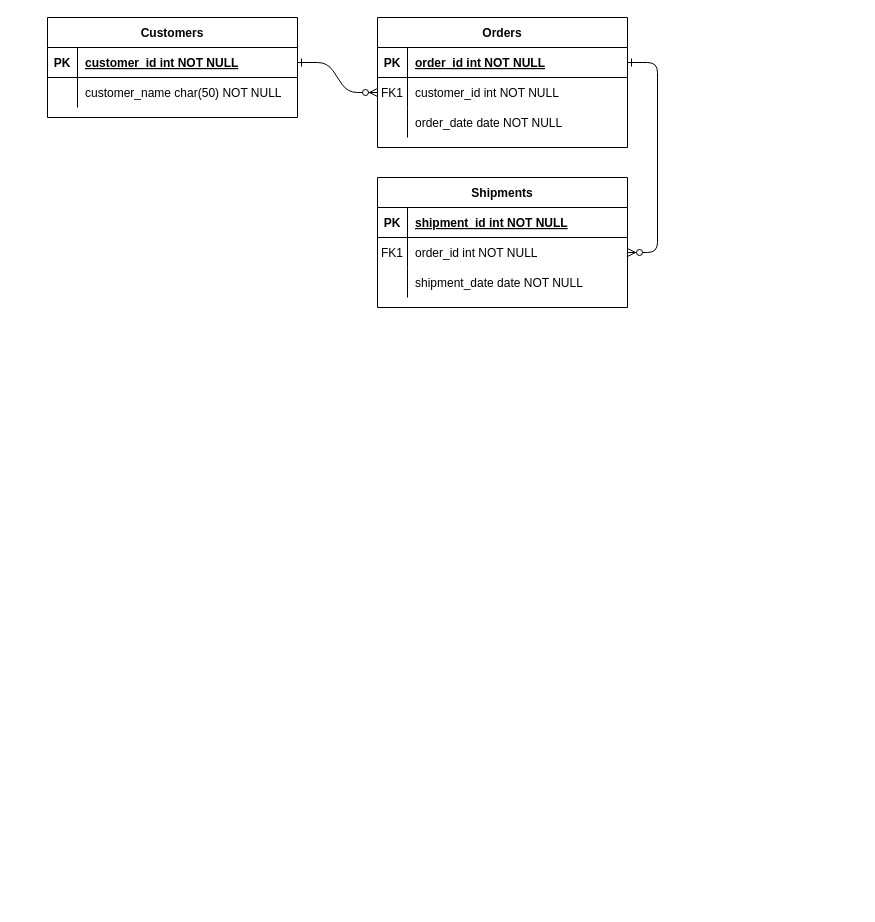
Above: Reports Data Structure.drawio in a-coello/diagrams (draw.io), before the change. Source tidied: cells renumbered, new cells numbered last; positions are measured from the earlier drawing's top-left corner, leaving out a move shared by most shapes. Both pictures are drawn from the tidied source at 100%, with x=0, y=0 at pixel (47, 17).
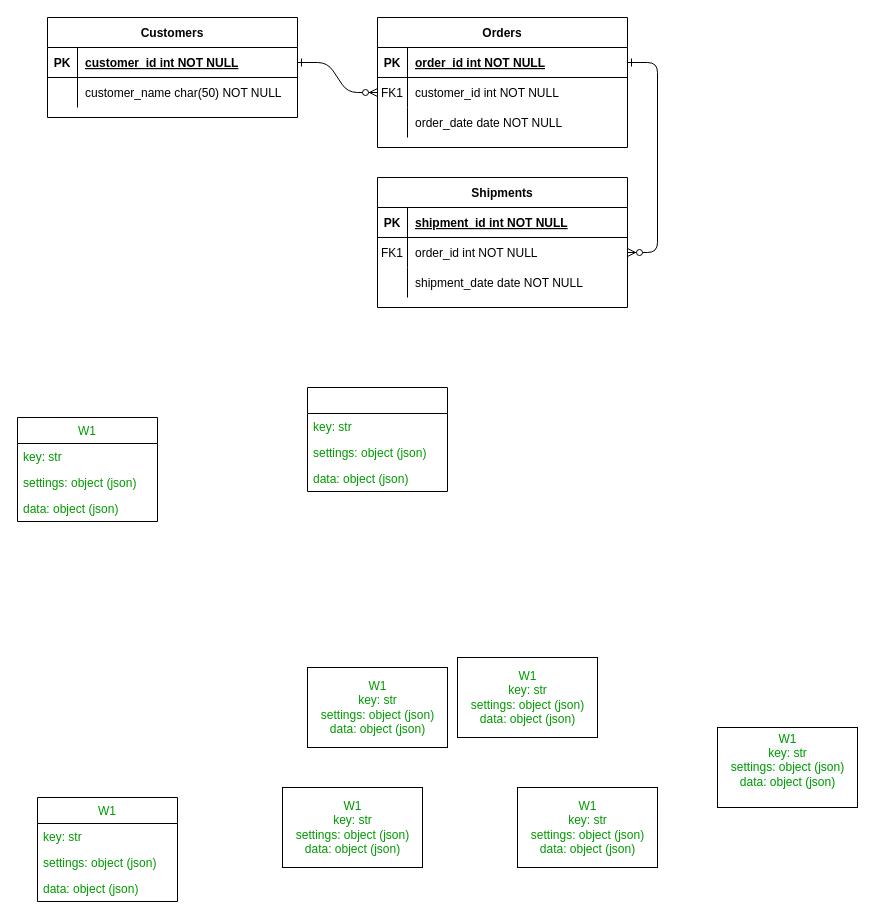
Above is the later version.

What changed in the source:
```diff
@@
+    <mxCell id="31" value="W1" style="swimlane;fontStyle=0;horizontal=1;startSize=26;fillColor=none;fontColor=#009900;" parent="1" vertex="1">
+      <mxGeometry x="-10" y="780" width="140" height="104" as="geometry" />
+    </mxCell>
+    <mxCell id="32" value="key: str" style="text;strokeColor=none;fillColor=none;align=left;verticalAlign=top;spacingLeft=4;spacingRight=4;overflow=hidden;fontColor=#009900;" parent="31" vertex="1">
+      <mxGeometry y="26" width="140" height="26" as="geometry" />
+    </mxCell>
+    <mxCell id="33" value="settings: object (json)" style="text;strokeColor=none;fillColor=none;align=left;verticalAlign=top;spacingLeft=4;spacingRight=4;overflow=hidden;fontColor=#009900;" parent="31" vertex="1">
+      <mxGeometry y="52" width="140" height="26" as="geometry" />
+    </mxCell>
+    <mxCell id="34" value="data: object (json)" style="text;strokeColor=none;fillColor=none;align=left;verticalAlign=top;spacingLeft=4;spacingRight=4;overflow=hidden;fontColor=#009900;" parent="31" vertex="1">
+      <mxGeometry y="78" width="140" height="26" as="geometry" />
+    </mxCell>
+    <mxCell id="35" style="swimlane;fontStyle=0;horizontal=1;startSize=26;fillColor=none;fontColor=#009900;" parent="1" vertex="1">
+      <mxGeometry x="260" y="370" width="140" height="104" as="geometry" />
+    </mxCell>
+    <mxCell id="36" value="key: str" style="text;strokeColor=none;fillColor=none;align=left;verticalAlign=top;spacingLeft=4;spacingRight=4;overflow=hidden;fontColor=#009900;" parent="35" vertex="1">
+      <mxGeometry y="26" width="140" height="26" as="geometry" />
+    </mxCell>
+    <mxCell id="37" value="settings: object (json)" style="text;strokeColor=none;fillColor=none;align=left;verticalAlign=top;spacingLeft=4;spacingRight=4;overflow=hidden;fontColor=#009900;" parent="35" vertex="1">
+      <mxGeometry y="52" width="140" height="26" as="geometry" />
+    </mxCell>
+    <mxCell id="38" value="data: object (json)" style="text;strokeColor=none;fillColor=none;align=left;verticalAlign=top;spacingLeft=4;spacingRight=4;overflow=hidden;fontColor=#009900;" parent="35" vertex="1">
+      <mxGeometry y="78" width="140" height="26" as="geometry" />
+    </mxCell>
+    <mxCell id="39" value="W1&lt;br&gt;key: str&lt;br&gt;settings: object (json)&lt;br&gt;data: object (json)" style="html=1;fontColor=#009900;fillColor=#FFFFFF;" parent="1" vertex="1">
+      <mxGeometry x="260" y="650" width="140" height="80" as="geometry" />
+    </mxCell>
+    <mxCell id="40" value="&#10;&lt;span style=&quot;color: rgb(0, 153, 0); font-family: Helvetica; font-size: 12px; font-style: normal; font-variant-ligatures: normal; font-variant-caps: normal; font-weight: 400; letter-spacing: normal; orphans: 2; text-align: center; text-indent: 0px; text-transform: none; widows: 2; word-spacing: 0px; -webkit-text-stroke-width: 0px; background-color: rgb(248, 249, 250); text-decoration-thickness: initial; text-decoration-style: initial; text-decoration-color: initial; float: none; display: inline !important;&quot;&gt;W1&lt;/span&gt;&lt;br style=&quot;color: rgb(0, 153, 0); font-family: Helvetica; font-size: 12px; font-style: normal; font-variant-ligatures: normal; font-variant-caps: normal; font-weight: 400; letter-spacing: normal; orphans: 2; text-align: center; text-indent: 0px; text-transform: none; widows: 2; word-spacing: 0px; -webkit-text-stroke-width: 0px; background-color: rgb(248, 249, 250); text-decoration-thickness: initial; text-decoration-style: initial; text-decoration-color: initial;&quot;&gt;&lt;span style=&quot;color: rgb(0, 153, 0); font-family: Helvetica; font-size: 12px; font-style: normal; font-variant-ligatures: normal; font-variant-caps: normal; font-weight: 400; letter-spacing: normal; orphans: 2; text-align: center; text-indent: 0px; text-transform: none; widows: 2; word-spacing: 0px; -webkit-text-stroke-width: 0px; background-color: rgb(248, 249, 250); text-decoration-thickness: initial; text-decoration-style: initial; text-decoration-color: initial; float: none; display: inline !important;&quot;&gt;key: str&lt;/span&gt;&lt;br style=&quot;color: rgb(0, 153, 0); font-family: Helvetica; font-size: 12px; font-style: normal; font-variant-ligatures: normal; font-variant-caps: normal; font-weight: 400; letter-spacing: normal; orphans: 2; text-align: center; text-indent: 0px; text-transform: none; widows: 2; word-spacing: 0px; -webkit-text-stroke-width: 0px; background-color: rgb(248, 249, 250); text-decoration-thickness: initial; text-decoration-style: initial; text-decoration-color: initial;&quot;&gt;&lt;span style=&quot;color: rgb(0, 153, 0); font-family: Helvetica; font-size: 12px; font-style: normal; font-variant-ligatures: normal; font-variant-caps: normal; font-weight: 400; letter-spacing: normal; orphans: 2; text-align: center; text-indent: 0px; text-transform: none; widows: 2; word-spacing: 0px; -webkit-text-stroke-width: 0px; background-color: rgb(248, 249, 250); text-decoration-thickness: initial; text-decoration-style: initial; text-decoration-color: initial; float: none; display: inline !important;&quot;&gt;settings: object (json)&lt;/span&gt;&lt;br style=&quot;color: rgb(0, 153, 0); font-family: Helvetica; font-size: 12px; font-style: normal; font-variant-ligatures: normal; font-variant-caps: normal; font-weight: 400; letter-spacing: normal; orphans: 2; text-align: center; text-indent: 0px; text-transform: none; widows: 2; word-spacing: 0px; -webkit-text-stroke-width: 0px; background-color: rgb(248, 249, 250); text-decoration-thickness: initial; text-decoration-style: initial; text-decoration-color: initial;&quot;&gt;&lt;span style=&quot;color: rgb(0, 153, 0); font-family: Helvetica; font-size: 12px; font-style: normal; font-variant-ligatures: normal; font-variant-caps: normal; font-weight: 400; letter-spacing: normal; orphans: 2; text-align: center; text-indent: 0px; text-transform: none; widows: 2; word-spacing: 0px; -webkit-text-stroke-width: 0px; background-color: rgb(248, 249, 250); text-decoration-thickness: initial; text-decoration-style: initial; text-decoration-color: initial; float: none; display: inline !important;&quot;&gt;data: object (json)&lt;/span&gt;&#10;&#10;" style="html=1;fontColor=#009900;fillColor=#FFFFFF;" parent="1" vertex="1">
+      <mxGeometry x="670" y="710" width="140" height="80" as="geometry" />
+    </mxCell>
+    <mxCell id="41" value="W1&lt;br&gt;key: str&lt;br&gt;settings: object (json)&lt;br&gt;data: object (json)" style="html=1;fontColor=#009900;fillColor=#FFFFFF;" parent="1" vertex="1">
+      <mxGeometry x="470" y="770" width="140" height="80" as="geometry" />
+    </mxCell>
+    <mxCell id="42" value="W1&lt;br&gt;key: str&lt;br&gt;settings: object (json)&lt;br&gt;data: object (json)" style="html=1;fontColor=#009900;fillColor=#FFFFFF;" parent="1" vertex="1">
+      <mxGeometry x="410" y="640" width="140" height="80" as="geometry" />
+    </mxCell>
+    <mxCell id="43" value="W1&lt;br&gt;key: str&lt;br&gt;settings: object (json)&lt;br&gt;data: object (json)" style="html=1;fontColor=#009900;fillColor=#FFFFFF;" parent="1" vertex="1">
+      <mxGeometry x="235" y="770" width="140" height="80" as="geometry" />
+    </mxCell>
+    <mxCell id="44" value="W1" style="swimlane;fontStyle=0;horizontal=1;startSize=26;fillColor=none;fontColor=#009900;" parent="1" vertex="1">
+      <mxGeometry x="-30" y="400" width="140" height="104" as="geometry" />
+    </mxCell>
+    <mxCell id="45" value="key: str" style="text;strokeColor=none;fillColor=none;align=left;verticalAlign=top;spacingLeft=4;spacingRight=4;overflow=hidden;fontColor=#009900;" parent="44" vertex="1">
+      <mxGeometry y="26" width="140" height="26" as="geometry" />
+    </mxCell>
+    <mxCell id="46" value="settings: object (json)" style="text;strokeColor=none;fillColor=none;align=left;verticalAlign=top;spacingLeft=4;spacingRight=4;overflow=hidden;fontColor=#009900;" parent="44" vertex="1">
+      <mxGeometry y="52" width="140" height="26" as="geometry" />
+    </mxCell>
+    <mxCell id="47" value="data: object (json)" style="text;strokeColor=none;fillColor=none;align=left;verticalAlign=top;spacingLeft=4;spacingRight=4;overflow=hidden;fontColor=#009900;" parent="44" vertex="1">
+      <mxGeometry y="78" width="140" height="26" as="geometry" />
+    </mxCell>
```
